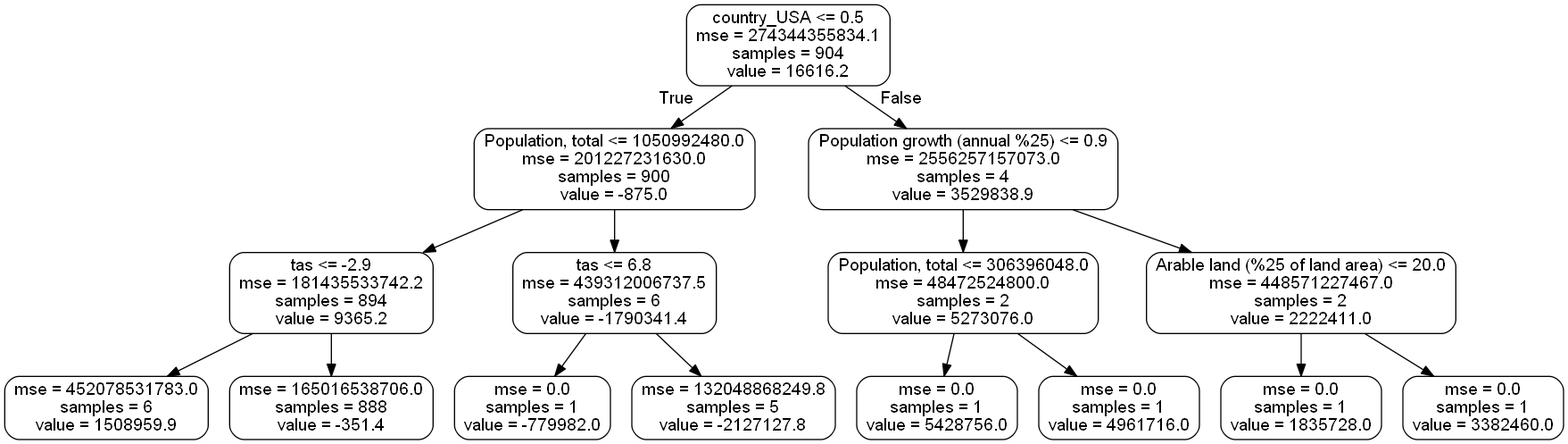
Before: small_tree.png, a diagram exported from Graphviz (Multinational-Minds/BDA). Its source is kept beside it as small_tree.dot.
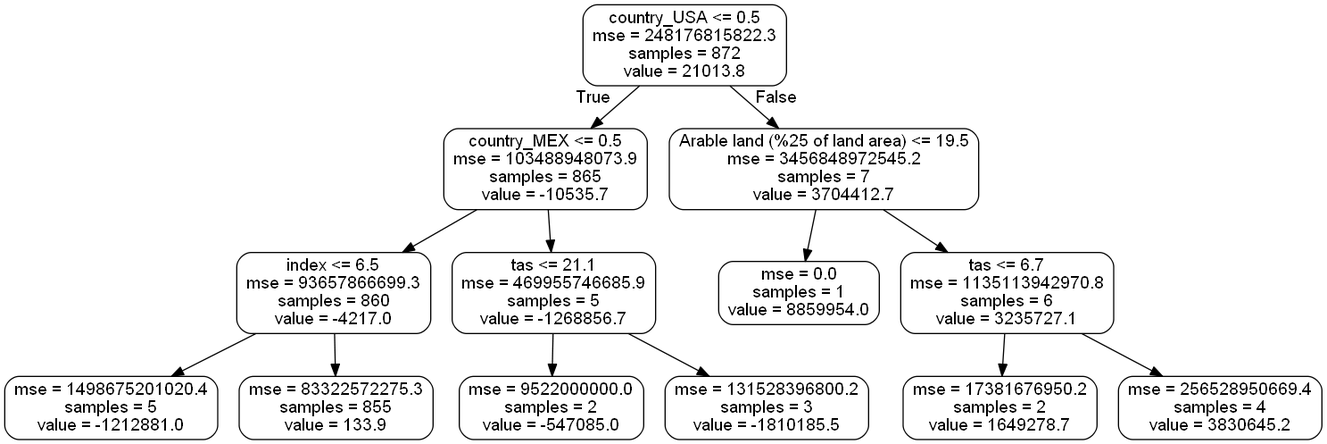
After the change.

Change to the diagram source:
```diff
@@ -1,33 +1,29 @@
 digraph Tree {
 node [shape=box, style="rounded", color="black", fontname=helvetica] ;
 edge [fontname=helvetica] ;
-0 [label="country_USA <= 0.5\nmse = 274344355834.1\nsamples = 904\nvalue = 16616.2"] ;
-1 [label="Population, total <= 1050992480.0\nmse = 201227231630.0\nsamples = 900\nvalue = -875.0"] ;
+0 [label="country_USA <= 0.5\nmse = 248176815822.3\nsamples = 872\nvalue = 21013.8"] ;
+1 [label="country_MEX <= 0.5\nmse = 103488948073.9\nsamples = 865\nvalue = -10535.7"] ;
 0 -> 1 [labeldistance=2.5, labelangle=45, headlabel="True"] ;
-2 [label="tas <= -2.9\nmse = 181435533742.2\nsamples = 894\nvalue = 9365.2"] ;
+2 [label="index <= 6.5\nmse = 93657866699.3\nsamples = 860\nvalue = -4217.0"] ;
 1 -> 2 ;
-3 [label="mse = 452078531783.0\nsamples = 6\nvalue = 1508959.9"] ;
+3 [label="mse = 1498675201020.4\nsamples = 5\nvalue = -1212881.0"] ;
 2 -> 3 ;
-4 [label="mse = 165016538706.0\nsamples = 888\nvalue = -351.4"] ;
+4 [label="mse = 83322572275.3\nsamples = 855\nvalue = 133.9"] ;
 2 -> 4 ;
-5 [label="tas <= 6.8\nmse = 439312006737.5\nsamples = 6\nvalue = -1790341.4"] ;
+5 [label="tas <= 21.1\nmse = 469955746685.9\nsamples = 5\nvalue = -1268856.7"] ;
 1 -> 5 ;
-6 [label="mse = 0.0\nsamples = 1\nvalue = -779982.0"] ;
+6 [label="mse = 9522000000.0\nsamples = 2\nvalue = -547085.0"] ;
 5 -> 6 ;
-7 [label="mse = 132048868249.8\nsamples = 5\nvalue = -2127127.8"] ;
+7 [label="mse = 131528396800.2\nsamples = 3\nvalue = -1810185.5"] ;
 5 -> 7 ;
-8 [label="Population growth (annual %25) <= 0.9\nmse = 2556257157073.0\nsamples = 4\nvalue = 3529838.9"] ;
+8 [label="Arable land (%25 of land area) <= 19.5\nmse = 3456848972545.2\nsamples = 7\nvalue = 3704412.7"] ;
 0 -> 8 [labeldistance=2.5, labelangle=-45, headlabel="False"] ;
-9 [label="Population, total <= 306396048.0\nmse = 48472524800.0\nsamples = 2\nvalue = 5273076.0"] ;
+9 [label="mse = 0.0\nsamples = 1\nvalue = 8859954.0"] ;
 8 -> 9 ;
-10 [label="mse = 0.0\nsamples = 1\nvalue = 5428756.0"] ;
-9 -> 10 ;
-11 [label="mse = 0.0\nsamples = 1\nvalue = 4961716.0"] ;
-9 -> 11 ;
-12 [label="Arable land (%25 of land area) <= 20.0\nmse = 448571227467.0\nsamples = 2\nvalue = 2222411.0"] ;
-8 -> 12 ;
-13 [label="mse = 0.0\nsamples = 1\nvalue = 1835728.0"] ;
-12 -> 13 ;
-14 [label="mse = 0.0\nsamples = 1\nvalue = 3382460.0"] ;
-12 -> 14 ;
+10 [label="tas <= 6.7\nmse = 1135113942970.8\nsamples = 6\nvalue = 3235727.1"] ;
+8 -> 10 ;
+11 [label="mse = 17381676950.2\nsamples = 2\nvalue = 1649278.7"] ;
+10 -> 11 ;
+12 [label="mse = 256528950669.4\nsamples = 4\nvalue = 3830645.2"] ;
+10 -> 12 ;
 }
```
